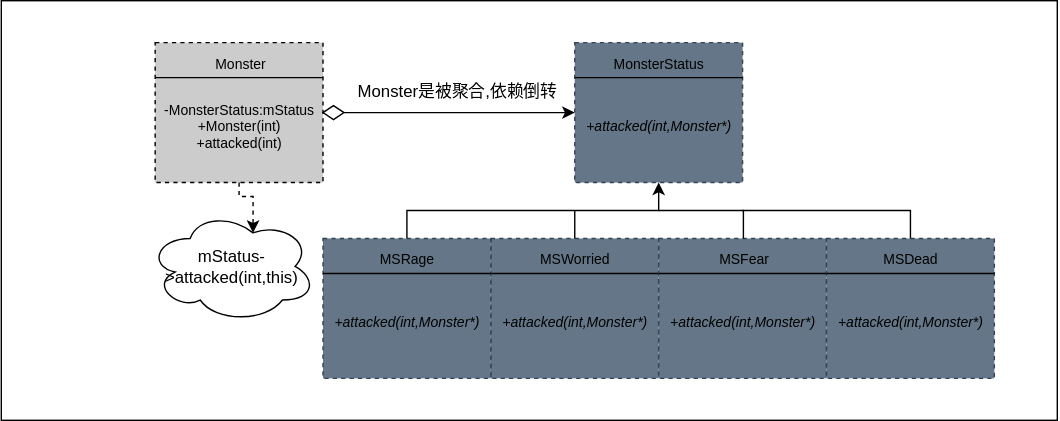
This is 状态模式(State)/uml.svg from chenbei97/C--DesignMode, a draw.io export, as it was before one commit. Source tidied: cells renumbered, new cells last; positions are measured from the earlier drawing's top-left corner, leaving out a move shared by most shapes.
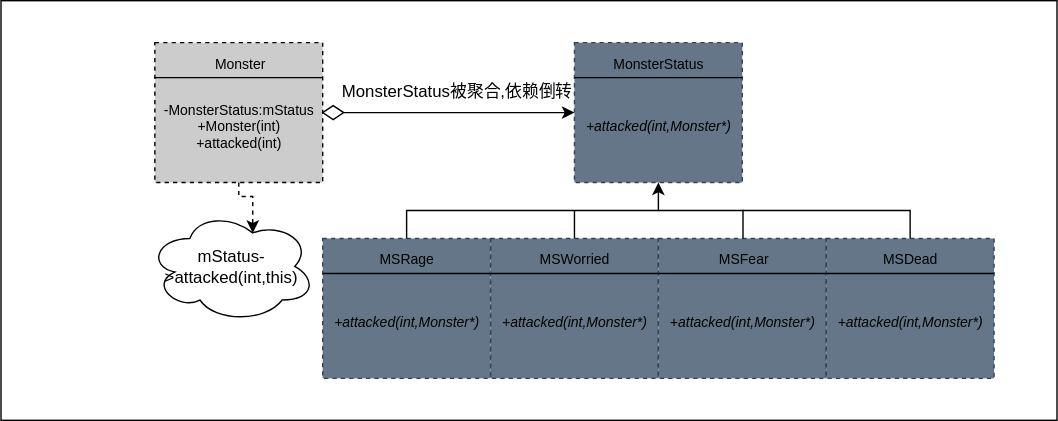
The same file after the commit.

Commit message:
状态模式-uml

The edit, as a diff of the source:
```diff
@@ -136,8 +136,8 @@
     <mxCell id="40" style="edgeStyle=orthogonalEdgeStyle;rounded=0;html=1;exitX=0.5;exitY=1;exitDx=0;exitDy=0;entryX=0.625;entryY=0.2;entryDx=0;entryDy=0;entryPerimeter=0;endArrow=classic;endFill=1;dashed=1;" parent="1" edge="1" source="33" target="39">
       <mxGeometry relative="1" as="geometry" />
     </mxCell>
-    <mxCell id="41" value="Monster是被聚合,依赖倒转" style="text;html=1;align=center;verticalAlign=middle;strokeColor=none;fillColor=none;" parent="1" vertex="1">
-      <mxGeometry x="243" y="50" width="165" height="30" as="geometry" />
+    <mxCell id="41" value="MonsterStatus被聚合,依赖倒转" style="text;html=1;align=center;verticalAlign=middle;strokeColor=none;fillColor=none;" parent="1" vertex="1">
+      <mxGeometry x="233" y="50" width="185" height="30" as="geometry" />
     </mxCell>
   </root>
 </mxGraphModel>
```
